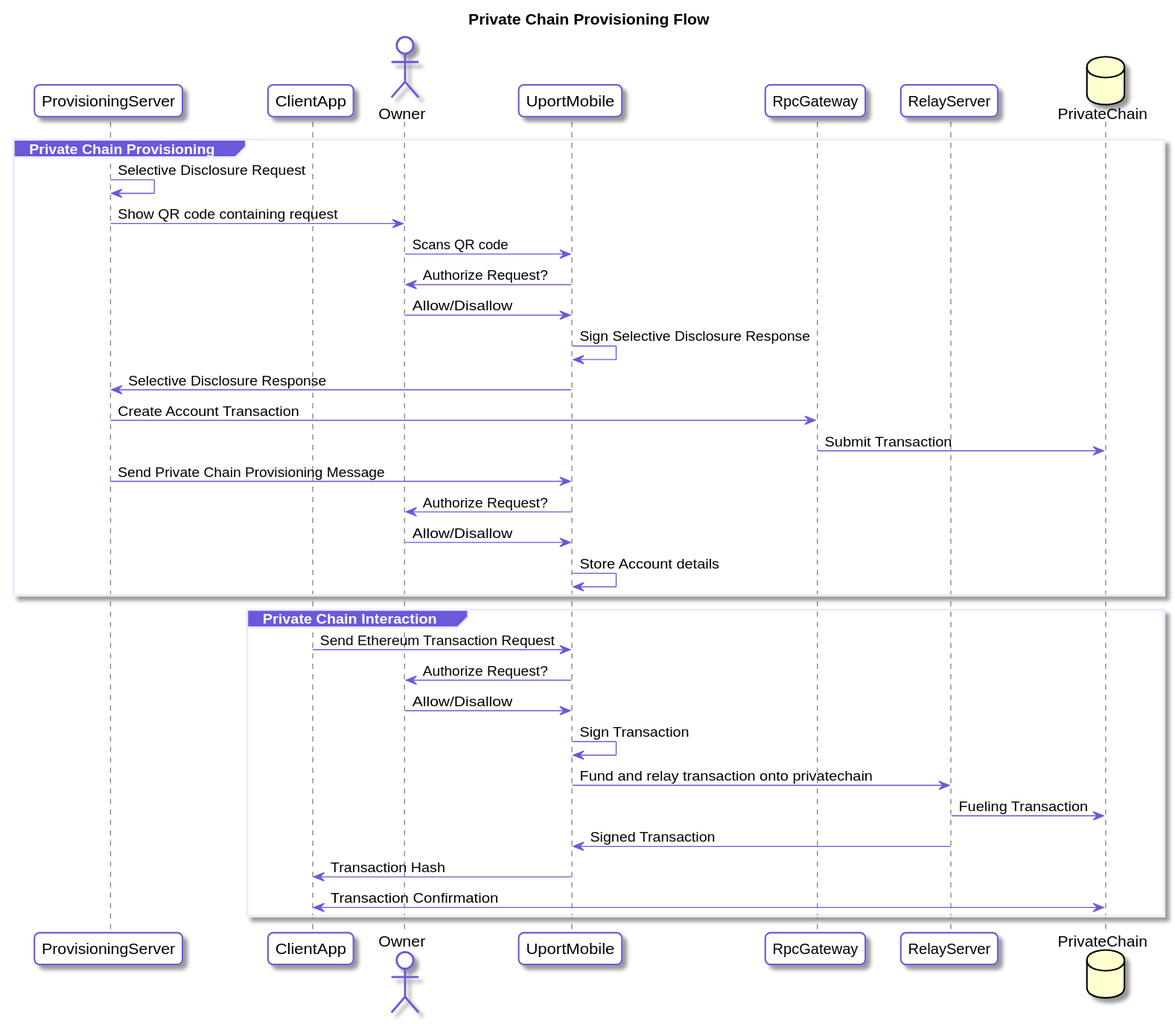
Before: flows/privatechain.svg, a diagram exported from PlantUML (uport-project/specs).
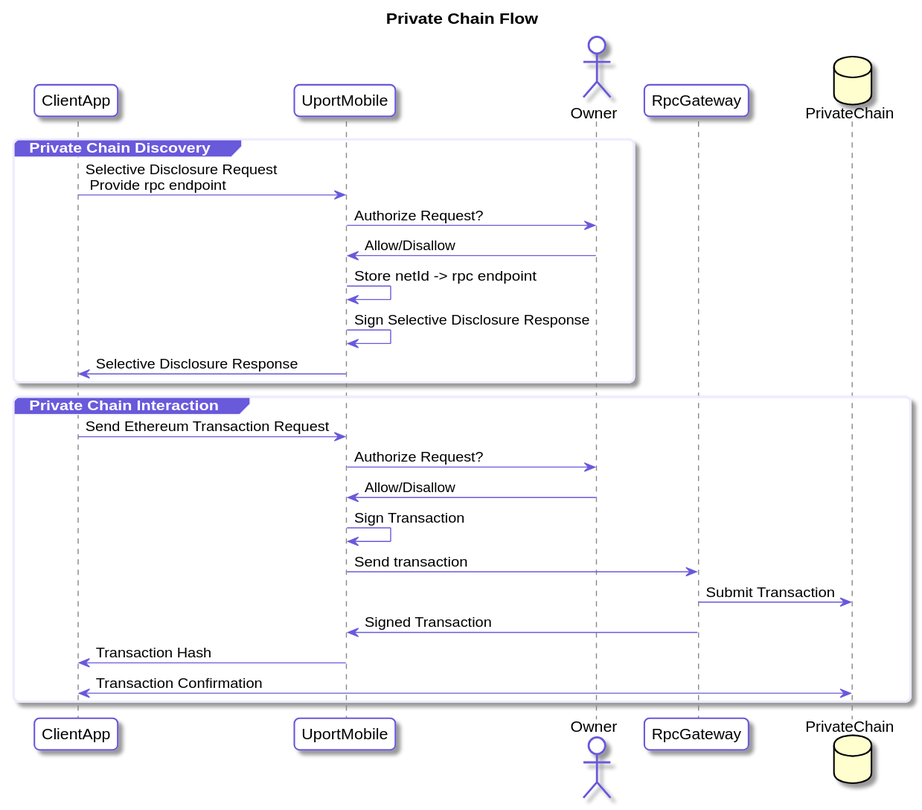
The same diagram one commit later.

The edit, as a diff of the source:
```diff
@@ -26,29 +26,20 @@
   LifeLineBorderColor #878787
 }
 
-title Private Chain Provisioning Flow
-participant ProvisioningServer
+title Private Chain Flow
 participant ClientApp
+participant UportMobile
 actor Owner
-participant UportMobile
 participant RpcGateway
-participant RelayServer
 database PrivateChain
 
-group Private Chain Provisioning
-  ProvisioningServer -> ProvisioningServer : Selective Disclosure Request
-  ProvisioningServer -> Owner : Show QR code containing request
-  Owner -> UportMobile: Scans QR code
+group Private Chain Discovery
+  ClientApp -> UportMobile : Selective Disclosure Request\n Provide rpc endpoint
   UportMobile -> Owner : Authorize Request?
   Owner -> UportMobile: Allow/Disallow
+  UportMobile -> UportMobile: Store netId -> rpc endpoint
   UportMobile -> UportMobile: Sign Selective Disclosure Response
-  UportMobile -> ProvisioningServer: Selective Disclosure Response
-  ProvisioningServer -> RpcGateway : Create Account Transaction
-  RpcGateway -> PrivateChain : Submit Transaction
-  ProvisioningServer -> UportMobile : Send Private Chain Provisioning Message
-  UportMobile -> Owner : Authorize Request?
-  Owner -> UportMobile: Allow/Disallow
-  UportMobile -> UportMobile: Store Account details
+  UportMobile -> ClientApp: Selective Disclosure Response
 end
 
 group Private Chain Interaction
@@ -56,9 +47,9 @@
   UportMobile -> Owner : Authorize Request?
   Owner -> UportMobile: Allow/Disallow
   UportMobile -> UportMobile: Sign Transaction
-  UportMobile -> RelayServer: Fund and relay transaction onto privatechain
-  RelayServer -> PrivateChain: Fueling Transaction
-  RelayServer -> UportMobile: Signed Transaction
+  UportMobile -> RpcGateway: Send transaction
+  RpcGateway -> PrivateChain: Submit Transaction
+  RpcGateway -> UportMobile: Signed Transaction
   UportMobile -> ClientApp: Transaction Hash
   ClientApp <-> PrivateChain: Transaction Confirmation
 end
```
